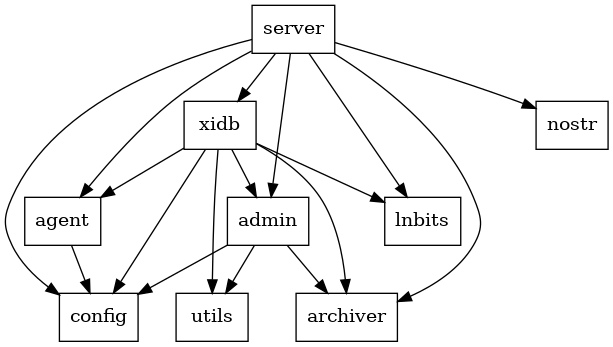
The Graphviz diagram design/modules.png in macterra/artx-market, before a commit. Its source is kept beside it as design/modules.dot.
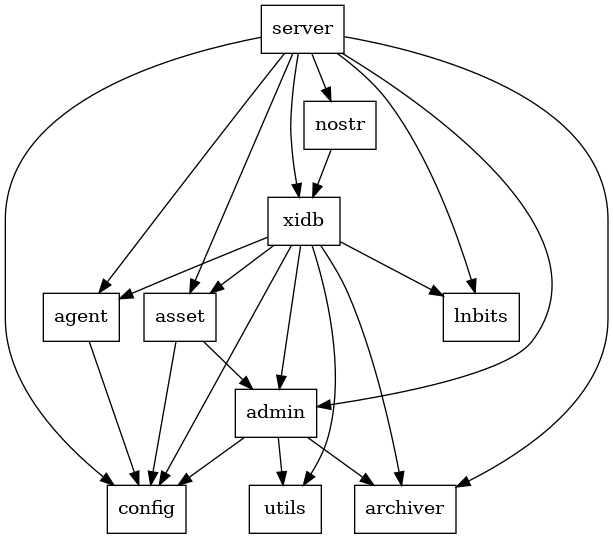
Later version of the same file.

Commit message:
Added asset module

The edit, as a diff of the source:
```diff
@@ -2,6 +2,7 @@
   node [shape=box];
   xidb -> config;
   xidb -> agent;
+  xidb -> asset;
   xidb -> admin;
   xidb -> utils;
   xidb -> archiver;
@@ -13,8 +14,12 @@
   server -> config;
   server -> lnbits;
   server -> agent;
+  server -> asset;
   server -> admin;
   server -> xidb;
   server -> archiver;
   server -> nostr;
+  nostr -> xidb;
+  asset -> config;
+  asset -> admin;
 }
```
